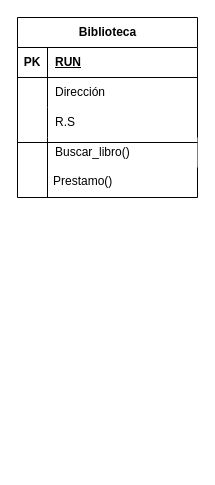
Before: Diagrama sin título.drawio in Wiccaos/POO, a draw.io diagram. Source tidied: cells renumbered, new cells numbered last; positions are measured from the earlier drawing's top-left corner, leaving out a move shared by most shapes. Both pictures are drawn from the tidied source at 100%, with x=0, y=0 at pixel (17, 17).
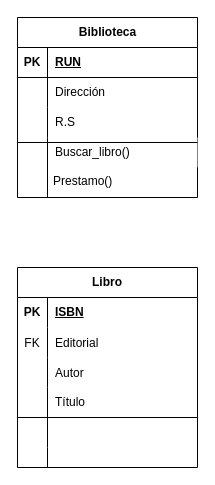
The same diagram, later.

The edit, as a diff of the source:
```diff
@@
+    <mxCell id="18" value="Libro" style="shape=table;startSize=30;childLayout=tableLayout;rowLines=0;fontStyle=1;align=center;html=1;whiteSpace=wrap;" parent="1" vertex="1">
+      <mxGeometry y="250" width="180" height="200" as="geometry" />
+    </mxCell>
+    <mxCell id="19" style="shape=tableRow;horizontal=0;startSize=0;swimlaneHead=0;swimlaneBody=0;fillColor=none;top=0;left=0;right=0;bottom=0;html=1;" parent="18" vertex="1">
+      <mxGeometry y="30" width="180" height="30" as="geometry" />
+    </mxCell>
+    <mxCell id="20" value="PK" style="shape=partialRectangle;fillColor=none;top=0;left=0;bottom=0;right=0;fontStyle=1;overflow=hidden;html=1;whiteSpace=wrap;" parent="19" vertex="1">
+      <mxGeometry width="30" height="30" as="geometry" />
+    </mxCell>
+    <mxCell id="21" value="ISBN" style="shape=partialRectangle;fillColor=none;top=0;left=0;bottom=0;right=0;align=left;spacingLeft=6;fontStyle=5;overflow=hidden;html=1;whiteSpace=wrap;" parent="19" vertex="1">
+      <mxGeometry x="30" width="150" height="30" as="geometry" />
+    </mxCell>
+    <mxCell id="22" style="shape=tableRow;horizontal=0;startSize=0;swimlaneHead=0;swimlaneBody=0;fillColor=none;top=0;left=0;right=0;bottom=0;" parent="18" vertex="1">
+      <mxGeometry y="60" width="180" height="30" as="geometry" />
+    </mxCell>
+    <mxCell id="23" value="FK" style="shape=partialRectangle;fillColor=none;top=0;left=0;bottom=0;right=0;overflow=hidden;" parent="22" vertex="1">
+      <mxGeometry width="30" height="30" as="geometry" />
+    </mxCell>
+    <mxCell id="24" value="Editorial" style="shape=partialRectangle;fillColor=none;top=0;left=0;bottom=0;right=0;align=left;spacingLeft=6;overflow=hidden;" parent="22" vertex="1">
+      <mxGeometry x="30" width="150" height="30" as="geometry" />
+    </mxCell>
+    <mxCell id="25" style="shape=tableRow;horizontal=0;startSize=0;swimlaneHead=0;swimlaneBody=0;fillColor=none;top=0;left=0;right=0;bottom=0;" parent="18" vertex="1">
+      <mxGeometry y="90" width="180" height="30" as="geometry" />
+    </mxCell>
+    <mxCell id="26" style="shape=partialRectangle;fillColor=none;top=0;left=0;bottom=0;right=0;overflow=hidden;" parent="25" vertex="1">
+      <mxGeometry width="30" height="30" as="geometry" />
+    </mxCell>
+    <mxCell id="27" value="Autor" style="shape=partialRectangle;fillColor=none;top=0;left=0;bottom=0;right=0;align=left;spacingLeft=6;overflow=hidden;" parent="25" vertex="1">
+      <mxGeometry x="30" width="150" height="30" as="geometry" />
+    </mxCell>
+    <mxCell id="28" style="shape=tableRow;horizontal=0;startSize=0;swimlaneHead=0;swimlaneBody=0;fillColor=none;top=0;left=0;right=0;bottom=1;html=1;" parent="18" vertex="1">
+      <mxGeometry y="120" width="180" height="30" as="geometry" />
+    </mxCell>
+    <mxCell id="29" style="shape=partialRectangle;fillColor=none;top=0;left=0;bottom=0;right=0;fontStyle=1;overflow=hidden;html=1;whiteSpace=wrap;" parent="28" vertex="1">
+      <mxGeometry width="30" height="30" as="geometry" />
+    </mxCell>
+    <mxCell id="30" value="&lt;span style=&quot;font-weight: normal;&quot;&gt;Título&lt;/span&gt;" style="shape=partialRectangle;fillColor=none;top=0;left=0;bottom=0;right=0;align=left;spacingLeft=6;fontStyle=1;overflow=hidden;html=1;whiteSpace=wrap;strokeColor=default;" parent="28" vertex="1">
+      <mxGeometry x="30" width="150" height="30" as="geometry" />
+    </mxCell>
+    <mxCell id="31" style="shape=tableRow;horizontal=0;startSize=0;swimlaneHead=0;swimlaneBody=0;fillColor=none;top=0;left=0;right=0;bottom=0;html=1;" parent="18" vertex="1">
+      <mxGeometry y="150" width="180" height="30" as="geometry" />
+    </mxCell>
+    <mxCell id="32" style="shape=partialRectangle;fillColor=none;top=0;left=0;bottom=0;right=0;overflow=hidden;html=1;whiteSpace=wrap;" parent="31" vertex="1">
+      <mxGeometry width="30" height="30" as="geometry" />
+    </mxCell>
+    <mxCell id="33" style="shape=partialRectangle;fillColor=none;top=0;left=0;bottom=0;right=0;align=left;spacingLeft=6;overflow=hidden;html=1;whiteSpace=wrap;" parent="31" vertex="1">
+      <mxGeometry x="30" width="150" height="30" as="geometry" />
+    </mxCell>
+    <mxCell id="34" style="shape=tableRow;horizontal=0;startSize=0;swimlaneHead=0;swimlaneBody=0;fillColor=none;top=0;left=0;right=0;bottom=0;html=1;" parent="18" vertex="1">
+      <mxGeometry y="180" width="180" height="20" as="geometry" />
+    </mxCell>
+    <mxCell id="35" style="shape=partialRectangle;fillColor=none;top=0;left=0;bottom=0;right=0;overflow=hidden;html=1;whiteSpace=wrap;" parent="34" vertex="1">
+      <mxGeometry width="30" height="20" as="geometry" />
+    </mxCell>
+    <mxCell id="36" style="shape=partialRectangle;fillColor=none;top=0;left=0;bottom=0;right=0;align=left;spacingLeft=6;overflow=hidden;html=1;whiteSpace=wrap;" parent="34" vertex="1">
+      <mxGeometry x="30" width="150" height="20" as="geometry" />
+    </mxCell>
```
